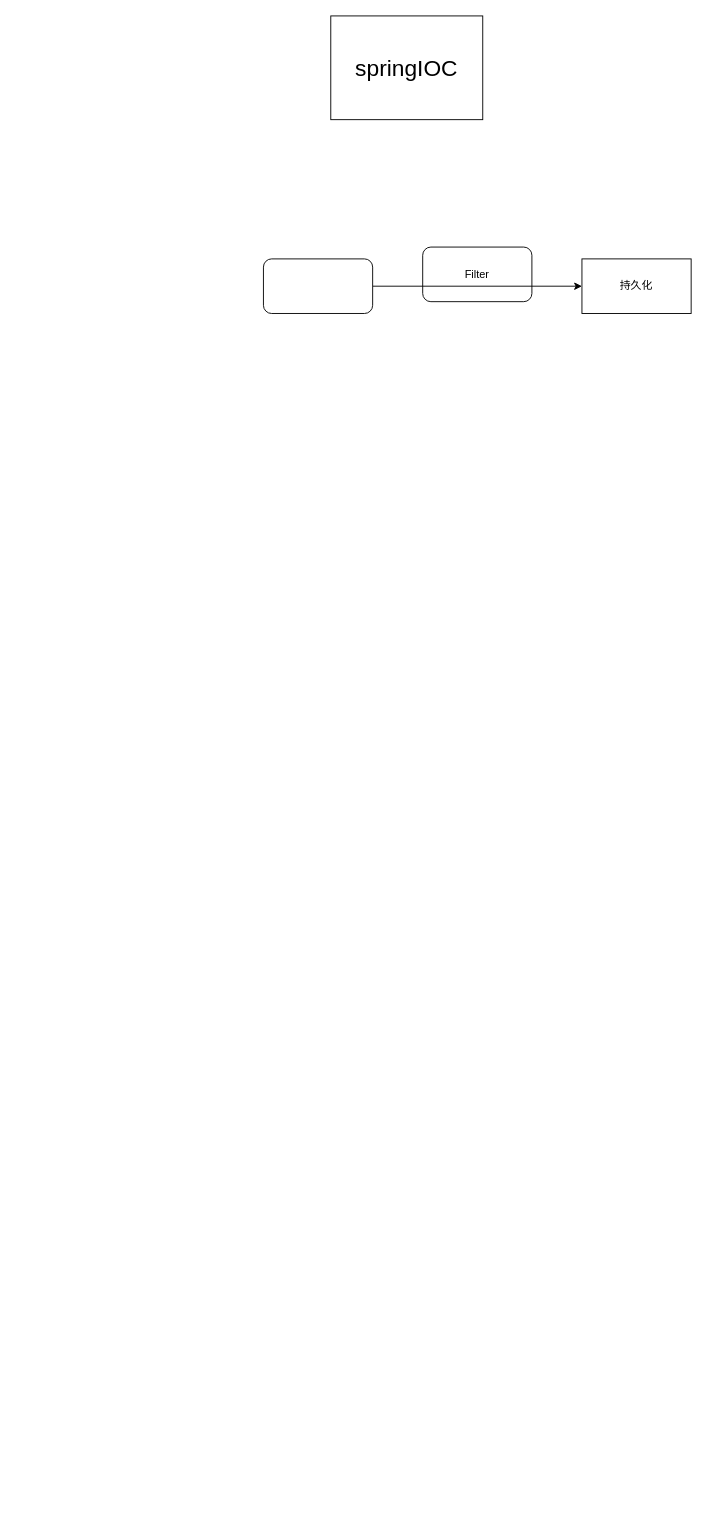
The draw.io diagram getHtml_framwork.drawio in panyuming000/Repositiry, before the edit. Source tidied: cells renumbered, new cells numbered last; positions are measured from the earlier drawing's top-left corner, leaving out a move shared by most shapes. Both pictures are drawn from the tidied source at 91%, with x=0, y=0 at pixel (263, 15).
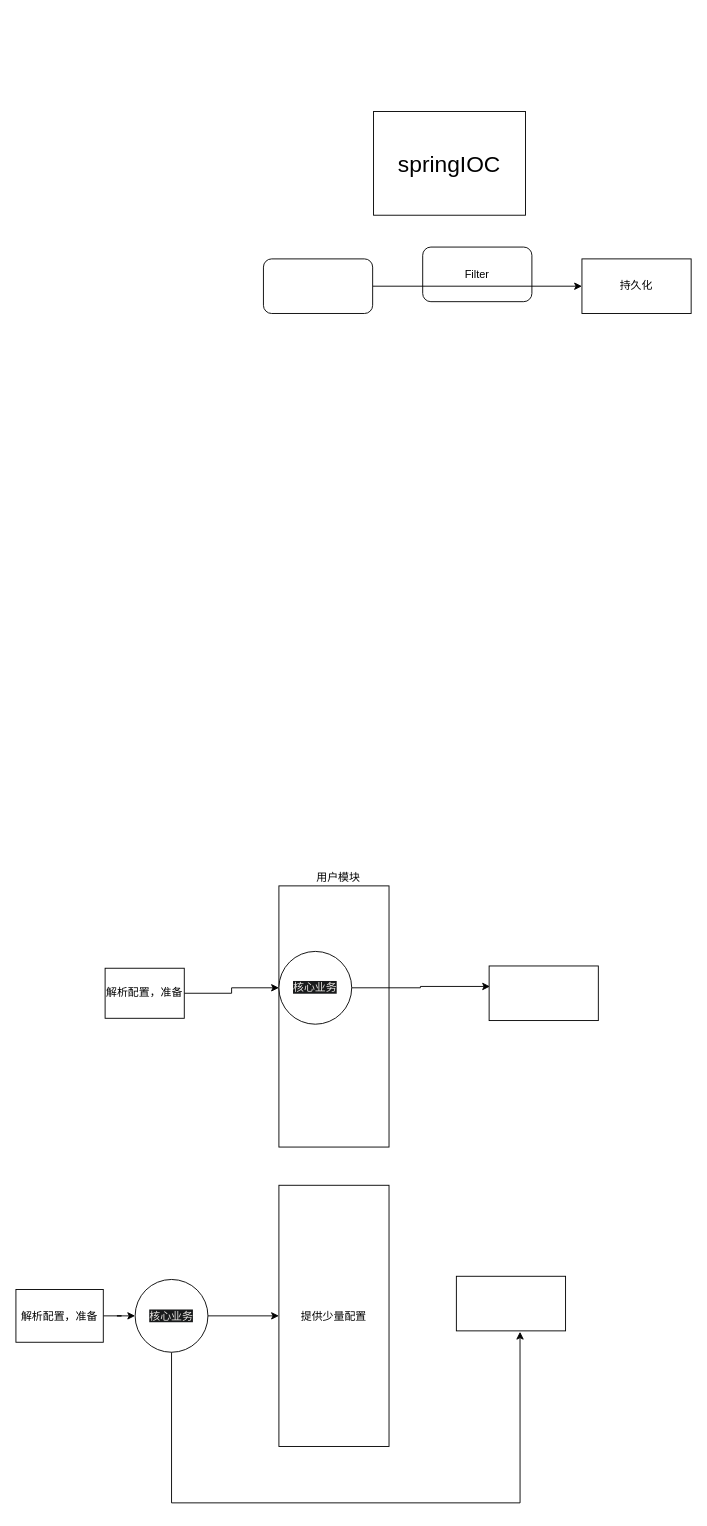
The same page after the edit.

Diff of the diagram source:
```diff
@@
     <mxCell id="2" value="&lt;font style=&quot;font-size: 25px&quot;&gt;springIOC&lt;/font&gt;" style="rounded=0;whiteSpace=wrap;html=1;" parent="1" vertex="1">
-      <mxGeometry x="74" width="167" height="114" as="geometry" />
+      <mxGeometry x="121" y="105" width="167" height="114" as="geometry" />
     </mxCell>
@@
+    <mxCell id="7" style="edgeStyle=orthogonalEdgeStyle;rounded=0;jettySize=auto;html=1;entryX=0;entryY=0.5;entryDx=0;entryDy=0;" parent="1" edge="1" source="8" target="11">
+      <mxGeometry relative="1" as="geometry" />
+    </mxCell>
+    <mxCell id="8" value="解析配置，准备" style="rounded=0;whiteSpace=wrap;html=1;" parent="1" vertex="1">
+      <mxGeometry x="-174" y="1046.5" width="87" height="55" as="geometry" />
+    </mxCell>
+    <mxCell id="9" style="rounded=0;whiteSpace=wrap;html=1;" parent="1" vertex="1">
+      <mxGeometry x="17" y="956" width="121" height="287" as="geometry" />
+    </mxCell>
+    <mxCell id="10" style="edgeStyle=orthogonalEdgeStyle;rounded=0;jettySize=auto;html=1;entryX=0.008;entryY=0.375;entryDx=0;entryDy=0;entryPerimeter=0;" parent="1" edge="1" source="11" target="13">
+      <mxGeometry relative="1" as="geometry" />
+    </mxCell>
+    <mxCell id="11" value="&#10;&#10;&lt;span style=&quot;color: rgb(232, 230, 227); font-family: helvetica; font-size: 12px; font-style: normal; font-weight: 400; letter-spacing: normal; text-align: center; text-indent: 0px; text-transform: none; word-spacing: 0px; background-color: rgb(24, 26, 27); display: inline; float: none;&quot;&gt;核心业务&lt;/span&gt;&#10;&#10;" style="ellipse;whiteSpace=wrap;html=1;" parent="1" vertex="1">
+      <mxGeometry x="17" y="1028" width="80" height="80" as="geometry" />
+    </mxCell>
+    <mxCell id="12" value="用户模块" style="text;html=1;align=center;verticalAlign=middle;" parent="1" vertex="1">
+      <mxGeometry x="53" y="938" width="58" height="18" as="geometry" />
+    </mxCell>
+    <mxCell id="13" style="rounded=0;whiteSpace=wrap;html=1;" parent="1" vertex="1">
+      <mxGeometry x="248" y="1044" width="120" height="60" as="geometry" />
+    </mxCell>
+    <mxCell id="14" style="edgeStyle=orthogonalEdgeStyle;rounded=0;jettySize=auto;html=1;" parent="1" edge="1" source="15" target="20">
+      <mxGeometry relative="1" as="geometry" />
+    </mxCell>
+    <mxCell id="15" value="&lt;span&gt;解析配置，准备&lt;/span&gt;" style="rounded=0;whiteSpace=wrap;html=1;" parent="1" vertex="1">
+      <mxGeometry x="-272" y="1399.5" width="96" height="58" as="geometry" />
+    </mxCell>
+    <mxCell id="16" value="提供少量配置" style="rounded=0;whiteSpace=wrap;html=1;" parent="1" vertex="1">
+      <mxGeometry x="17" y="1285" width="121" height="287" as="geometry" />
+    </mxCell>
+    <mxCell id="17" style="rounded=0;whiteSpace=wrap;html=1;" parent="1" vertex="1">
+      <mxGeometry x="212" y="1385" width="120" height="60" as="geometry" />
+    </mxCell>
+    <mxCell id="18" style="edgeStyle=orthogonalEdgeStyle;rounded=0;jettySize=auto;html=1;" parent="1" edge="1" source="20" target="16">
+      <mxGeometry relative="1" as="geometry" />
+    </mxCell>
+    <mxCell id="19" style="edgeStyle=orthogonalEdgeStyle;rounded=0;jettySize=auto;html=1;entryX=0.583;entryY=1.017;entryDx=0;entryDy=0;entryPerimeter=0;" parent="1" edge="1" source="20" target="17">
+      <mxGeometry relative="1" as="geometry">
+        <Array as="points">
+          <mxPoint x="-101" y="1634" />
+          <mxPoint x="282" y="1634" />
+        </Array>
+      </mxGeometry>
+    </mxCell>
+    <mxCell id="20" value="&#10;&#10;&lt;span style=&quot;color: rgb(232, 230, 227); font-family: helvetica; font-size: 12px; font-style: normal; font-weight: 400; letter-spacing: normal; text-align: center; text-indent: 0px; text-transform: none; word-spacing: 0px; background-color: rgb(24, 26, 27); display: inline; float: none;&quot;&gt;核心业务&lt;/span&gt;&#10;&#10;" style="ellipse;whiteSpace=wrap;html=1;" parent="1" vertex="1">
+      <mxGeometry x="-141" y="1388.5" width="80" height="80" as="geometry" />
+    </mxCell>
```
